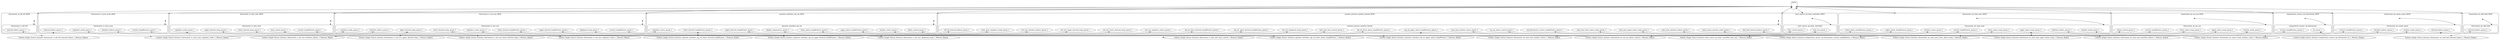
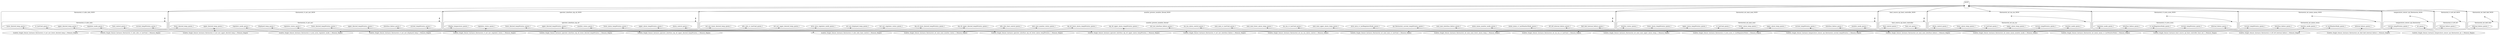
digraph microkit {
  compound=true;

  // Do not edit this file as it will be overwritten if HAMR codegen is rerun

  // protection domains
  graph [style=rounded]
  subgraph cluster_thermostat_rt_mri_mri_MON {
    label = "thermostat_rt_mri_mri_MON";
    thermostat_rt_mri_mri_MON_INVIS [label="", style=invis, width=.5, height=.5, fixedsize=true]

    graph [style=rounded]
    subgraph cluster_thermostat_rt_mri_mri {
      label = "thermostat_rt_mri_mri";
      thermostat_rt_mri_mri_INVIS [label="", style=invis, width=.5, height=.5, fixedsize=true]

      pd_thermostat_rt_mri_mri_upper_desired_temp_queue_1 [label=upper_desired_temp_queue_1];
      pd_thermostat_rt_mri_mri_lower_desired_temp_queue_1 [label=lower_desired_temp_queue_1];
      pd_thermostat_rt_mri_mri_displayed_temp_queue_1 [label=displayed_temp_queue_1];
      pd_thermostat_rt_mri_mri_regulator_status_queue_1 [label=regulator_status_queue_1];
      pd_thermostat_rt_mri_mri_interface_failure_queue_1 [label=interface_failure_queue_1];
      pd_thermostat_rt_mri_mri_regulator_mode_queue_1 [label=regulator_mode_queue_1];
      pd_thermostat_rt_mri_mri_lower_desired_tempWstatus_queue_1 [label=lower_desired_tempWstatus_queue_1];
      pd_thermostat_rt_mri_mri_upper_desired_tempWstatus_queue_1 [label=upper_desired_tempWstatus_queue_1];
      pd_thermostat_rt_mri_mri_current_tempWstatus_queue_1 [label=current_tempWstatus_queue_1];
    }
  }

  graph [style=rounded]
  subgraph cluster_thermostat_rt_mhs_mhs_MON {
    label = "thermostat_rt_mhs_mhs_MON";
    thermostat_rt_mhs_mhs_MON_INVIS [label="", style=invis, width=.5, height=.5, fixedsize=true]

    graph [style=rounded]
    subgraph cluster_thermostat_rt_mhs_mhs {
      label = "thermostat_rt_mhs_mhs";
      thermostat_rt_mhs_mhs_INVIS [label="", style=invis, width=.5, height=.5, fixedsize=true]

      pd_thermostat_rt_mhs_mhs_upper_desired_temp_queue_1 [label=upper_desired_temp_queue_1];
      pd_thermostat_rt_mhs_mhs_lower_desired_temp_queue_1 [label=lower_desired_temp_queue_1];
      pd_thermostat_rt_mhs_mhs_heat_control_queue_1 [label=heat_control_queue_1];
+       pd_thermostat_rt_mhs_mhs_sv_lastCmd_queue_1 [label=sv_lastCmd_queue_1];
      pd_thermostat_rt_mhs_mhs_regulator_mode_queue_1 [label=regulator_mode_queue_1];
      pd_thermostat_rt_mhs_mhs_current_tempWstatus_queue_1 [label=current_tempWstatus_queue_1];
    }
  }

  graph [style=rounded]
  subgraph cluster_thermostat_rt_mrm_mrm_MON {
    label = "thermostat_rt_mrm_mrm_MON";
    thermostat_rt_mrm_mrm_MON_INVIS [label="", style=invis, width=.5, height=.5, fixedsize=true]

    graph [style=rounded]
    subgraph cluster_thermostat_rt_mrm_mrm {
      label = "thermostat_rt_mrm_mrm";
      thermostat_rt_mrm_mrm_INVIS [label="", style=invis, width=.5, height=.5, fixedsize=true]

      pd_thermostat_rt_mrm_mrm_interface_failure_queue_1 [label=interface_failure_queue_1];
      pd_thermostat_rt_mrm_mrm_regulator_mode_queue_1 [label=regulator_mode_queue_1];
+       pd_thermostat_rt_mrm_mrm_sv_lastRegulatorMode_queue_1 [label=sv_lastRegulatorMode_queue_1];
      pd_thermostat_rt_mrm_mrm_internal_failure_queue_1 [label=internal_failure_queue_1];
      pd_thermostat_rt_mrm_mrm_current_tempWstatus_queue_1 [label=current_tempWstatus_queue_1];
    }
  }

  graph [style=rounded]
  subgraph cluster_thermostat_rt_drf_drf_MON {
    label = "thermostat_rt_drf_drf_MON";
    thermostat_rt_drf_drf_MON_INVIS [label="", style=invis, width=.5, height=.5, fixedsize=true]

    graph [style=rounded]
    subgraph cluster_thermostat_rt_drf_drf {
      label = "thermostat_rt_drf_drf";
      thermostat_rt_drf_drf_INVIS [label="", style=invis, width=.5, height=.5, fixedsize=true]

      pd_thermostat_rt_drf_drf_internal_failure_queue_1 [label=internal_failure_queue_1];
    }
  }

  graph [style=rounded]
  subgraph cluster_thermostat_mt_mmi_mmi_MON {
    label = "thermostat_mt_mmi_mmi_MON";
    thermostat_mt_mmi_mmi_MON_INVIS [label="", style=invis, width=.5, height=.5, fixedsize=true]

    graph [style=rounded]
    subgraph cluster_thermostat_mt_mmi_mmi {
      label = "thermostat_mt_mmi_mmi";
      thermostat_mt_mmi_mmi_INVIS [label="", style=invis, width=.5, height=.5, fixedsize=true]

      pd_thermostat_mt_mmi_mmi_upper_alarm_temp_queue_1 [label=upper_alarm_temp_queue_1];
      pd_thermostat_mt_mmi_mmi_lower_alarm_temp_queue_1 [label=lower_alarm_temp_queue_1];
      pd_thermostat_mt_mmi_mmi_monitor_status_queue_1 [label=monitor_status_queue_1];
      pd_thermostat_mt_mmi_mmi_interface_failure_queue_1 [label=interface_failure_queue_1];
+       pd_thermostat_mt_mmi_mmi_sv_lastCmd_queue_1 [label=sv_lastCmd_queue_1];
      pd_thermostat_mt_mmi_mmi_monitor_mode_queue_1 [label=monitor_mode_queue_1];
      pd_thermostat_mt_mmi_mmi_lower_alarm_tempWstatus_queue_1 [label=lower_alarm_tempWstatus_queue_1];
      pd_thermostat_mt_mmi_mmi_upper_alarm_tempWstatus_queue_1 [label=upper_alarm_tempWstatus_queue_1];
      pd_thermostat_mt_mmi_mmi_current_tempWstatus_queue_1 [label=current_tempWstatus_queue_1];
    }
  }

  graph [style=rounded]
  subgraph cluster_thermostat_mt_ma_ma_MON {
    label = "thermostat_mt_ma_ma_MON";
    thermostat_mt_ma_ma_MON_INVIS [label="", style=invis, width=.5, height=.5, fixedsize=true]

    graph [style=rounded]
    subgraph cluster_thermostat_mt_ma_ma {
      label = "thermostat_mt_ma_ma";
      thermostat_mt_ma_ma_INVIS [label="", style=invis, width=.5, height=.5, fixedsize=true]

      pd_thermostat_mt_ma_ma_upper_alarm_temp_queue_1 [label=upper_alarm_temp_queue_1];
      pd_thermostat_mt_ma_ma_lower_alarm_temp_queue_1 [label=lower_alarm_temp_queue_1];
      pd_thermostat_mt_ma_ma_alarm_control_queue_1 [label=alarm_control_queue_1];
+       pd_thermostat_mt_ma_ma_sv_lastCmd_queue_1 [label=sv_lastCmd_queue_1];
      pd_thermostat_mt_ma_ma_monitor_mode_queue_1 [label=monitor_mode_queue_1];
      pd_thermostat_mt_ma_ma_current_tempWstatus_queue_1 [label=current_tempWstatus_queue_1];
    }
  }

  graph [style=rounded]
  subgraph cluster_thermostat_mt_mmm_mmm_MON {
    label = "thermostat_mt_mmm_mmm_MON";
    thermostat_mt_mmm_mmm_MON_INVIS [label="", style=invis, width=.5, height=.5, fixedsize=true]

    graph [style=rounded]
    subgraph cluster_thermostat_mt_mmm_mmm {
      label = "thermostat_mt_mmm_mmm";
      thermostat_mt_mmm_mmm_INVIS [label="", style=invis, width=.5, height=.5, fixedsize=true]

      pd_thermostat_mt_mmm_mmm_interface_failure_queue_1 [label=interface_failure_queue_1];
      pd_thermostat_mt_mmm_mmm_monitor_mode_queue_1 [label=monitor_mode_queue_1];
+       pd_thermostat_mt_mmm_mmm_sv_lastMonitorMode_queue_1 [label=sv_lastMonitorMode_queue_1];
      pd_thermostat_mt_mmm_mmm_internal_failure_queue_1 [label=internal_failure_queue_1];
      pd_thermostat_mt_mmm_mmm_current_tempWstatus_queue_1 [label=current_tempWstatus_queue_1];
    }
  }

  graph [style=rounded]
  subgraph cluster_thermostat_mt_dmf_dmf_MON {
    label = "thermostat_mt_dmf_dmf_MON";
    thermostat_mt_dmf_dmf_MON_INVIS [label="", style=invis, width=.5, height=.5, fixedsize=true]

    graph [style=rounded]
    subgraph cluster_thermostat_mt_dmf_dmf {
      label = "thermostat_mt_dmf_dmf";
      thermostat_mt_dmf_dmf_INVIS [label="", style=invis, width=.5, height=.5, fixedsize=true]

      pd_thermostat_mt_dmf_dmf_internal_failure_queue_1 [label=internal_failure_queue_1];
    }
  }

  graph [style=rounded]
  subgraph cluster_operator_interface_oip_oit_MON {
    label = "operator_interface_oip_oit_MON";
    operator_interface_oip_oit_MON_INVIS [label="", style=invis, width=.5, height=.5, fixedsize=true]

    graph [style=rounded]
    subgraph cluster_operator_interface_oip_oit {
      label = "operator_interface_oip_oit";
      operator_interface_oip_oit_INVIS [label="", style=invis, width=.5, height=.5, fixedsize=true]

      pd_operator_interface_oip_oit_display_temperature_queue_1 [label=display_temperature_queue_1];
      pd_operator_interface_oip_oit_regulator_status_queue_1 [label=regulator_status_queue_1];
      pd_operator_interface_oip_oit_monitor_status_queue_1 [label=monitor_status_queue_1];
      pd_operator_interface_oip_oit_alarm_control_queue_1 [label=alarm_control_queue_1];
      pd_operator_interface_oip_oit_lower_desired_tempWstatus_queue_1 [label=lower_desired_tempWstatus_queue_1];
      pd_operator_interface_oip_oit_upper_desired_tempWstatus_queue_1 [label=upper_desired_tempWstatus_queue_1];
      pd_operator_interface_oip_oit_lower_alarm_tempWstatus_queue_1 [label=lower_alarm_tempWstatus_queue_1];
      pd_operator_interface_oip_oit_upper_alarm_tempWstatus_queue_1 [label=upper_alarm_tempWstatus_queue_1];
    }
  }

  graph [style=rounded]
  subgraph cluster_temperature_sensor_cpi_thermostat_MON {
    label = "temperature_sensor_cpi_thermostat_MON";
    temperature_sensor_cpi_thermostat_MON_INVIS [label="", style=invis, width=.5, height=.5, fixedsize=true]

    graph [style=rounded]
    subgraph cluster_temperature_sensor_cpi_thermostat {
      label = "temperature_sensor_cpi_thermostat";
      temperature_sensor_cpi_thermostat_INVIS [label="", style=invis, width=.5, height=.5, fixedsize=true]

      pd_temperature_sensor_cpi_thermostat_current_tempWstatus_queue_1 [label=current_tempWstatus_queue_1];
      pd_temperature_sensor_cpi_thermostat_air_queue_1 [label=air_queue_1];
    }
  }

  graph [style=rounded]
  subgraph cluster_heat_source_cpi_heat_controller_MON {
    label = "heat_source_cpi_heat_controller_MON";
    heat_source_cpi_heat_controller_MON_INVIS [label="", style=invis, width=.5, height=.5, fixedsize=true]

    graph [style=rounded]
    subgraph cluster_heat_source_cpi_heat_controller {
      label = "heat_source_cpi_heat_controller";
      heat_source_cpi_heat_controller_INVIS [label="", style=invis, width=.5, height=.5, fixedsize=true]

      pd_heat_source_cpi_heat_controller_heat_control_queue_1 [label=heat_control_queue_1];
      pd_heat_source_cpi_heat_controller_heat_out_queue_1 [label=heat_out_queue_1];
    }
  }

  graph [style=rounded]
  subgraph cluster_monitor_process_monitor_thread_MON {
    label = "monitor_process_monitor_thread_MON";
    monitor_process_monitor_thread_MON_INVIS [label="", style=invis, width=.5, height=.5, fixedsize=true]

    graph [style=rounded]
    subgraph cluster_monitor_process_monitor_thread {
      label = "monitor_process_monitor_thread";
      monitor_process_monitor_thread_INVIS [label="", style=invis, width=.5, height=.5, fixedsize=true]

      pd_monitor_process_monitor_thread_mri_mri_upper_desired_temp_queue_1 [label=mri_mri_upper_desired_temp_queue_1];
      pd_monitor_process_monitor_thread_mri_mri_lower_desired_temp_queue_1 [label=mri_mri_lower_desired_temp_queue_1];
      pd_monitor_process_monitor_thread_mri_mri_displayed_temp_queue_1 [label=mri_mri_displayed_temp_queue_1];
      pd_monitor_process_monitor_thread_mri_mri_regulator_status_queue_1 [label=mri_mri_regulator_status_queue_1];
      pd_monitor_process_monitor_thread_mri_mri_interface_failure_queue_1 [label=mri_mri_interface_failure_queue_1];
      pd_monitor_process_monitor_thread_mhs_mhs_heat_control_queue_1 [label=mhs_mhs_heat_control_queue_1];
+       pd_monitor_process_monitor_thread_mhs_mhs_sv_lastCmd_queue_1 [label=mhs_mhs_sv_lastCmd_queue_1];
      pd_monitor_process_monitor_thread_mrm_mrm_regulator_mode_queue_1 [label=mrm_mrm_regulator_mode_queue_1];
+       pd_monitor_process_monitor_thread_mrm_mrm_sv_lastRegulatorMode_queue_1 [label=mrm_mrm_sv_lastRegulatorMode_queue_1];
      pd_monitor_process_monitor_thread_drf_drf_internal_failure_queue_1 [label=drf_drf_internal_failure_queue_1];
      pd_monitor_process_monitor_thread_mmi_mmi_upper_alarm_temp_queue_1 [label=mmi_mmi_upper_alarm_temp_queue_1];
      pd_monitor_process_monitor_thread_mmi_mmi_lower_alarm_temp_queue_1 [label=mmi_mmi_lower_alarm_temp_queue_1];
      pd_monitor_process_monitor_thread_mmi_mmi_monitor_status_queue_1 [label=mmi_mmi_monitor_status_queue_1];
      pd_monitor_process_monitor_thread_mmi_mmi_interface_failure_queue_1 [label=mmi_mmi_interface_failure_queue_1];
+       pd_monitor_process_monitor_thread_mmi_mmi_sv_lastCmd_queue_1 [label=mmi_mmi_sv_lastCmd_queue_1];
      pd_monitor_process_monitor_thread_ma_ma_alarm_control_queue_1 [label=ma_ma_alarm_control_queue_1];
+       pd_monitor_process_monitor_thread_ma_ma_sv_lastCmd_queue_1 [label=ma_ma_sv_lastCmd_queue_1];
      pd_monitor_process_monitor_thread_mmm_mmm_monitor_mode_queue_1 [label=mmm_mmm_monitor_mode_queue_1];
+       pd_monitor_process_monitor_thread_mmm_mmm_sv_lastMonitorMode_queue_1 [label=mmm_mmm_sv_lastMonitorMode_queue_1];
      pd_monitor_process_monitor_thread_dmf_dmf_internal_failure_queue_1 [label=dmf_dmf_internal_failure_queue_1];
      pd_monitor_process_monitor_thread_oip_oit_lower_desired_tempWstatus_queue_1 [label=oip_oit_lower_desired_tempWstatus_queue_1];
      pd_monitor_process_monitor_thread_oip_oit_upper_desired_tempWstatus_queue_1 [label=oip_oit_upper_desired_tempWstatus_queue_1];
      pd_monitor_process_monitor_thread_oip_oit_lower_alarm_tempWstatus_queue_1 [label=oip_oit_lower_alarm_tempWstatus_queue_1];
      pd_monitor_process_monitor_thread_oip_oit_upper_alarm_tempWstatus_queue_1 [label=oip_oit_upper_alarm_tempWstatus_queue_1];
      pd_monitor_process_monitor_thread_cpi_thermostat_current_tempWstatus_queue_1 [label=cpi_thermostat_current_tempWstatus_queue_1];
    }
  }

  graph [style=rounded]
  subgraph cluster_pacer {
    label = "pacer";
    pacer_INVIS [label="", style=invis, width=.5, height=.5, fixedsize=true]

  }

  // memory regions
  Isolette_Single_Sensor_Instance_thermostat_rt_mri_mri_upper_desired_temp_1_Memory_Region;

  Isolette_Single_Sensor_Instance_thermostat_rt_mri_mri_lower_desired_temp_1_Memory_Region;

  Isolette_Single_Sensor_Instance_thermostat_rt_mri_mri_displayed_temp_1_Memory_Region;

  Isolette_Single_Sensor_Instance_thermostat_rt_mri_mri_regulator_status_1_Memory_Region;

  Isolette_Single_Sensor_Instance_thermostat_rt_mri_mri_interface_failure_1_Memory_Region;

  Isolette_Single_Sensor_Instance_thermostat_rt_mhs_mhs_heat_control_1_Memory_Region;

+   Isolette_Single_Sensor_Instance_thermostat_rt_mhs_mhs_sv_lastCmd_1_Memory_Region;
+ 
  Isolette_Single_Sensor_Instance_thermostat_rt_mrm_mrm_regulator_mode_1_Memory_Region;

+   Isolette_Single_Sensor_Instance_thermostat_rt_mrm_mrm_sv_lastRegulatorMode_1_Memory_Region;
+ 
  Isolette_Single_Sensor_Instance_thermostat_rt_drf_drf_internal_failure_1_Memory_Region;

  Isolette_Single_Sensor_Instance_thermostat_mt_mmi_mmi_upper_alarm_temp_1_Memory_Region;

  Isolette_Single_Sensor_Instance_thermostat_mt_mmi_mmi_lower_alarm_temp_1_Memory_Region;

  Isolette_Single_Sensor_Instance_thermostat_mt_mmi_mmi_monitor_status_1_Memory_Region;

  Isolette_Single_Sensor_Instance_thermostat_mt_mmi_mmi_interface_failure_1_Memory_Region;

+   Isolette_Single_Sensor_Instance_thermostat_mt_mmi_mmi_sv_lastCmd_1_Memory_Region;
+ 
  Isolette_Single_Sensor_Instance_thermostat_mt_ma_ma_alarm_control_1_Memory_Region;

+   Isolette_Single_Sensor_Instance_thermostat_mt_ma_ma_sv_lastCmd_1_Memory_Region;
+ 
  Isolette_Single_Sensor_Instance_thermostat_mt_mmm_mmm_monitor_mode_1_Memory_Region;
+ 
+   Isolette_Single_Sensor_Instance_thermostat_mt_mmm_mmm_sv_lastMonitorMode_1_Memory_Region;

  Isolette_Single_Sensor_Instance_thermostat_mt_dmf_dmf_internal_failure_1_Memory_Region;

  Isolette_Single_Sensor_Instance_operator_interface_oip_oit_lower_desired_tempWstatus_1_Memory_Region;

  Isolette_Single_Sensor_Instance_operator_interface_oip_oit_upper_desired_tempWstatus_1_Memory_Region;

  Isolette_Single_Sensor_Instance_operator_interface_oip_oit_lower_alarm_tempWstatus_1_Memory_Region;

  Isolette_Single_Sensor_Instance_operator_interface_oip_oit_upper_alarm_tempWstatus_1_Memory_Region;

  Isolette_Single_Sensor_Instance_temperature_sensor_cpi_thermostat_current_tempWstatus_1_Memory_Region;

  Isolette_Single_Sensor_Instance_temperature_sensor_cpi_thermostat_air_1_Memory_Region;

  Isolette_Single_Sensor_Instance_heat_source_cpi_heat_controller_heat_out_1_Memory_Region;

  // channels
  pacer_INVIS -> thermostat_rt_mri_mri_MON_INVIS [lhead=cluster_thermostat_rt_mri_mri_MON, minlen=2, dir=both];
  thermostat_rt_mri_mri_MON_INVIS -> thermostat_rt_mri_mri_INVIS [lhead=cluster_thermostat_rt_mri_mri, minlen=2, dir=both];
  pacer_INVIS -> thermostat_rt_mhs_mhs_MON_INVIS [lhead=cluster_thermostat_rt_mhs_mhs_MON, minlen=2, dir=both];
  thermostat_rt_mhs_mhs_MON_INVIS -> thermostat_rt_mhs_mhs_INVIS [lhead=cluster_thermostat_rt_mhs_mhs, minlen=2, dir=both];
  pacer_INVIS -> thermostat_rt_mrm_mrm_MON_INVIS [lhead=cluster_thermostat_rt_mrm_mrm_MON, minlen=2, dir=both];
  thermostat_rt_mrm_mrm_MON_INVIS -> thermostat_rt_mrm_mrm_INVIS [lhead=cluster_thermostat_rt_mrm_mrm, minlen=2, dir=both];
  pacer_INVIS -> thermostat_rt_drf_drf_MON_INVIS [lhead=cluster_thermostat_rt_drf_drf_MON, minlen=2, dir=both];
  thermostat_rt_drf_drf_MON_INVIS -> thermostat_rt_drf_drf_INVIS [lhead=cluster_thermostat_rt_drf_drf, minlen=2, dir=both];
  pacer_INVIS -> thermostat_mt_mmi_mmi_MON_INVIS [lhead=cluster_thermostat_mt_mmi_mmi_MON, minlen=2, dir=both];
  thermostat_mt_mmi_mmi_MON_INVIS -> thermostat_mt_mmi_mmi_INVIS [lhead=cluster_thermostat_mt_mmi_mmi, minlen=2, dir=both];
  pacer_INVIS -> thermostat_mt_ma_ma_MON_INVIS [lhead=cluster_thermostat_mt_ma_ma_MON, minlen=2, dir=both];
  thermostat_mt_ma_ma_MON_INVIS -> thermostat_mt_ma_ma_INVIS [lhead=cluster_thermostat_mt_ma_ma, minlen=2, dir=both];
  pacer_INVIS -> thermostat_mt_mmm_mmm_MON_INVIS [lhead=cluster_thermostat_mt_mmm_mmm_MON, minlen=2, dir=both];
  thermostat_mt_mmm_mmm_MON_INVIS -> thermostat_mt_mmm_mmm_INVIS [lhead=cluster_thermostat_mt_mmm_mmm, minlen=2, dir=both];
  pacer_INVIS -> thermostat_mt_dmf_dmf_MON_INVIS [lhead=cluster_thermostat_mt_dmf_dmf_MON, minlen=2, dir=both];
  thermostat_mt_dmf_dmf_MON_INVIS -> thermostat_mt_dmf_dmf_INVIS [lhead=cluster_thermostat_mt_dmf_dmf, minlen=2, dir=both];
  pacer_INVIS -> operator_interface_oip_oit_MON_INVIS [lhead=cluster_operator_interface_oip_oit_MON, minlen=2, dir=both];
  operator_interface_oip_oit_MON_INVIS -> operator_interface_oip_oit_INVIS [lhead=cluster_operator_interface_oip_oit, minlen=2, dir=both];
  pacer_INVIS -> temperature_sensor_cpi_thermostat_MON_INVIS [lhead=cluster_temperature_sensor_cpi_thermostat_MON, minlen=2, dir=both];
  temperature_sensor_cpi_thermostat_MON_INVIS -> temperature_sensor_cpi_thermostat_INVIS [lhead=cluster_temperature_sensor_cpi_thermostat, minlen=2, dir=both];
  pacer_INVIS -> heat_source_cpi_heat_controller_MON_INVIS [lhead=cluster_heat_source_cpi_heat_controller_MON, minlen=2, dir=both];
  heat_source_cpi_heat_controller_MON_INVIS -> heat_source_cpi_heat_controller_INVIS [lhead=cluster_heat_source_cpi_heat_controller, minlen=2, dir=both];
  pacer_INVIS -> monitor_process_monitor_thread_MON_INVIS [lhead=cluster_monitor_process_monitor_thread_MON, minlen=2, dir=both];
  monitor_process_monitor_thread_MON_INVIS -> monitor_process_monitor_thread_INVIS [lhead=cluster_monitor_process_monitor_thread, minlen=2, dir=both];

  // shared memory mappings
  pd_thermostat_rt_mri_mri_upper_desired_temp_queue_1 -> Isolette_Single_Sensor_Instance_thermostat_rt_mri_mri_upper_desired_temp_1_Memory_Region [dir=both, style=dashed];
  pd_thermostat_rt_mri_mri_lower_desired_temp_queue_1 -> Isolette_Single_Sensor_Instance_thermostat_rt_mri_mri_lower_desired_temp_1_Memory_Region [dir=both, style=dashed];
  pd_thermostat_rt_mri_mri_displayed_temp_queue_1 -> Isolette_Single_Sensor_Instance_thermostat_rt_mri_mri_displayed_temp_1_Memory_Region [dir=both, style=dashed];
  pd_thermostat_rt_mri_mri_regulator_status_queue_1 -> Isolette_Single_Sensor_Instance_thermostat_rt_mri_mri_regulator_status_1_Memory_Region [dir=both, style=dashed];
  pd_thermostat_rt_mri_mri_interface_failure_queue_1 -> Isolette_Single_Sensor_Instance_thermostat_rt_mri_mri_interface_failure_1_Memory_Region [dir=both, style=dashed];
  pd_thermostat_rt_mri_mri_regulator_mode_queue_1 -> Isolette_Single_Sensor_Instance_thermostat_rt_mrm_mrm_regulator_mode_1_Memory_Region [dir=back, style=dashed];
  pd_thermostat_rt_mri_mri_lower_desired_tempWstatus_queue_1 -> Isolette_Single_Sensor_Instance_operator_interface_oip_oit_lower_desired_tempWstatus_1_Memory_Region [dir=back, style=dashed];
  pd_thermostat_rt_mri_mri_upper_desired_tempWstatus_queue_1 -> Isolette_Single_Sensor_Instance_operator_interface_oip_oit_upper_desired_tempWstatus_1_Memory_Region [dir=back, style=dashed];
  pd_thermostat_rt_mri_mri_current_tempWstatus_queue_1 -> Isolette_Single_Sensor_Instance_temperature_sensor_cpi_thermostat_current_tempWstatus_1_Memory_Region [dir=back, style=dashed];
  pd_thermostat_rt_mhs_mhs_upper_desired_temp_queue_1 -> Isolette_Single_Sensor_Instance_thermostat_rt_mri_mri_upper_desired_temp_1_Memory_Region [dir=back, style=dashed];
  pd_thermostat_rt_mhs_mhs_lower_desired_temp_queue_1 -> Isolette_Single_Sensor_Instance_thermostat_rt_mri_mri_lower_desired_temp_1_Memory_Region [dir=back, style=dashed];
  pd_thermostat_rt_mhs_mhs_heat_control_queue_1 -> Isolette_Single_Sensor_Instance_thermostat_rt_mhs_mhs_heat_control_1_Memory_Region [dir=both, style=dashed];
+   pd_thermostat_rt_mhs_mhs_sv_lastCmd_queue_1 -> Isolette_Single_Sensor_Instance_thermostat_rt_mhs_mhs_sv_lastCmd_1_Memory_Region [dir=both, style=dashed];
  pd_thermostat_rt_mhs_mhs_regulator_mode_queue_1 -> Isolette_Single_Sensor_Instance_thermostat_rt_mrm_mrm_regulator_mode_1_Memory_Region [dir=back, style=dashed];
  pd_thermostat_rt_mhs_mhs_current_tempWstatus_queue_1 -> Isolette_Single_Sensor_Instance_temperature_sensor_cpi_thermostat_current_tempWstatus_1_Memory_Region [dir=back, style=dashed];
  pd_thermostat_rt_mrm_mrm_interface_failure_queue_1 -> Isolette_Single_Sensor_Instance_thermostat_rt_mri_mri_interface_failure_1_Memory_Region [dir=back, style=dashed];
  pd_thermostat_rt_mrm_mrm_regulator_mode_queue_1 -> Isolette_Single_Sensor_Instance_thermostat_rt_mrm_mrm_regulator_mode_1_Memory_Region [dir=both, style=dashed];
+   pd_thermostat_rt_mrm_mrm_sv_lastRegulatorMode_queue_1 -> Isolette_Single_Sensor_Instance_thermostat_rt_mrm_mrm_sv_lastRegulatorMode_1_Memory_Region [dir=both, style=dashed];
  pd_thermostat_rt_mrm_mrm_internal_failure_queue_1 -> Isolette_Single_Sensor_Instance_thermostat_rt_drf_drf_internal_failure_1_Memory_Region [dir=back, style=dashed];
  pd_thermostat_rt_mrm_mrm_current_tempWstatus_queue_1 -> Isolette_Single_Sensor_Instance_temperature_sensor_cpi_thermostat_current_tempWstatus_1_Memory_Region [dir=back, style=dashed];
  pd_thermostat_rt_drf_drf_internal_failure_queue_1 -> Isolette_Single_Sensor_Instance_thermostat_rt_drf_drf_internal_failure_1_Memory_Region [dir=both, style=dashed];
  pd_thermostat_mt_mmi_mmi_upper_alarm_temp_queue_1 -> Isolette_Single_Sensor_Instance_thermostat_mt_mmi_mmi_upper_alarm_temp_1_Memory_Region [dir=both, style=dashed];
  pd_thermostat_mt_mmi_mmi_lower_alarm_temp_queue_1 -> Isolette_Single_Sensor_Instance_thermostat_mt_mmi_mmi_lower_alarm_temp_1_Memory_Region [dir=both, style=dashed];
  pd_thermostat_mt_mmi_mmi_monitor_status_queue_1 -> Isolette_Single_Sensor_Instance_thermostat_mt_mmi_mmi_monitor_status_1_Memory_Region [dir=both, style=dashed];
  pd_thermostat_mt_mmi_mmi_interface_failure_queue_1 -> Isolette_Single_Sensor_Instance_thermostat_mt_mmi_mmi_interface_failure_1_Memory_Region [dir=both, style=dashed];
+   pd_thermostat_mt_mmi_mmi_sv_lastCmd_queue_1 -> Isolette_Single_Sensor_Instance_thermostat_mt_mmi_mmi_sv_lastCmd_1_Memory_Region [dir=both, style=dashed];
  pd_thermostat_mt_mmi_mmi_monitor_mode_queue_1 -> Isolette_Single_Sensor_Instance_thermostat_mt_mmm_mmm_monitor_mode_1_Memory_Region [dir=back, style=dashed];
  pd_thermostat_mt_mmi_mmi_lower_alarm_tempWstatus_queue_1 -> Isolette_Single_Sensor_Instance_operator_interface_oip_oit_lower_alarm_tempWstatus_1_Memory_Region [dir=back, style=dashed];
  pd_thermostat_mt_mmi_mmi_upper_alarm_tempWstatus_queue_1 -> Isolette_Single_Sensor_Instance_operator_interface_oip_oit_upper_alarm_tempWstatus_1_Memory_Region [dir=back, style=dashed];
  pd_thermostat_mt_mmi_mmi_current_tempWstatus_queue_1 -> Isolette_Single_Sensor_Instance_temperature_sensor_cpi_thermostat_current_tempWstatus_1_Memory_Region [dir=back, style=dashed];
  pd_thermostat_mt_ma_ma_upper_alarm_temp_queue_1 -> Isolette_Single_Sensor_Instance_thermostat_mt_mmi_mmi_upper_alarm_temp_1_Memory_Region [dir=back, style=dashed];
  pd_thermostat_mt_ma_ma_lower_alarm_temp_queue_1 -> Isolette_Single_Sensor_Instance_thermostat_mt_mmi_mmi_lower_alarm_temp_1_Memory_Region [dir=back, style=dashed];
  pd_thermostat_mt_ma_ma_alarm_control_queue_1 -> Isolette_Single_Sensor_Instance_thermostat_mt_ma_ma_alarm_control_1_Memory_Region [dir=both, style=dashed];
+   pd_thermostat_mt_ma_ma_sv_lastCmd_queue_1 -> Isolette_Single_Sensor_Instance_thermostat_mt_ma_ma_sv_lastCmd_1_Memory_Region [dir=both, style=dashed];
  pd_thermostat_mt_ma_ma_monitor_mode_queue_1 -> Isolette_Single_Sensor_Instance_thermostat_mt_mmm_mmm_monitor_mode_1_Memory_Region [dir=back, style=dashed];
  pd_thermostat_mt_ma_ma_current_tempWstatus_queue_1 -> Isolette_Single_Sensor_Instance_temperature_sensor_cpi_thermostat_current_tempWstatus_1_Memory_Region [dir=back, style=dashed];
  pd_thermostat_mt_mmm_mmm_interface_failure_queue_1 -> Isolette_Single_Sensor_Instance_thermostat_mt_mmi_mmi_interface_failure_1_Memory_Region [dir=back, style=dashed];
  pd_thermostat_mt_mmm_mmm_monitor_mode_queue_1 -> Isolette_Single_Sensor_Instance_thermostat_mt_mmm_mmm_monitor_mode_1_Memory_Region [dir=both, style=dashed];
+   pd_thermostat_mt_mmm_mmm_sv_lastMonitorMode_queue_1 -> Isolette_Single_Sensor_Instance_thermostat_mt_mmm_mmm_sv_lastMonitorMode_1_Memory_Region [dir=both, style=dashed];
  pd_thermostat_mt_mmm_mmm_internal_failure_queue_1 -> Isolette_Single_Sensor_Instance_thermostat_mt_dmf_dmf_internal_failure_1_Memory_Region [dir=back, style=dashed];
  pd_thermostat_mt_mmm_mmm_current_tempWstatus_queue_1 -> Isolette_Single_Sensor_Instance_temperature_sensor_cpi_thermostat_current_tempWstatus_1_Memory_Region [dir=back, style=dashed];
  pd_thermostat_mt_dmf_dmf_internal_failure_queue_1 -> Isolette_Single_Sensor_Instance_thermostat_mt_dmf_dmf_internal_failure_1_Memory_Region [dir=both, style=dashed];
  pd_operator_interface_oip_oit_display_temperature_queue_1 -> Isolette_Single_Sensor_Instance_thermostat_rt_mri_mri_displayed_temp_1_Memory_Region [dir=back, style=dashed];
  pd_operator_interface_oip_oit_regulator_status_queue_1 -> Isolette_Single_Sensor_Instance_thermostat_rt_mri_mri_regulator_status_1_Memory_Region [dir=back, style=dashed];
  pd_operator_interface_oip_oit_monitor_status_queue_1 -> Isolette_Single_Sensor_Instance_thermostat_mt_mmi_mmi_monitor_status_1_Memory_Region [dir=back, style=dashed];
  pd_operator_interface_oip_oit_alarm_control_queue_1 -> Isolette_Single_Sensor_Instance_thermostat_mt_ma_ma_alarm_control_1_Memory_Region [dir=back, style=dashed];
  pd_operator_interface_oip_oit_lower_desired_tempWstatus_queue_1 -> Isolette_Single_Sensor_Instance_operator_interface_oip_oit_lower_desired_tempWstatus_1_Memory_Region [dir=both, style=dashed];
  pd_operator_interface_oip_oit_upper_desired_tempWstatus_queue_1 -> Isolette_Single_Sensor_Instance_operator_interface_oip_oit_upper_desired_tempWstatus_1_Memory_Region [dir=both, style=dashed];
  pd_operator_interface_oip_oit_lower_alarm_tempWstatus_queue_1 -> Isolette_Single_Sensor_Instance_operator_interface_oip_oit_lower_alarm_tempWstatus_1_Memory_Region [dir=both, style=dashed];
  pd_operator_interface_oip_oit_upper_alarm_tempWstatus_queue_1 -> Isolette_Single_Sensor_Instance_operator_interface_oip_oit_upper_alarm_tempWstatus_1_Memory_Region [dir=both, style=dashed];
  pd_temperature_sensor_cpi_thermostat_current_tempWstatus_queue_1 -> Isolette_Single_Sensor_Instance_temperature_sensor_cpi_thermostat_current_tempWstatus_1_Memory_Region [dir=both, style=dashed];
  pd_temperature_sensor_cpi_thermostat_air_queue_1 -> Isolette_Single_Sensor_Instance_temperature_sensor_cpi_thermostat_air_1_Memory_Region [dir=back, style=dashed];
  pd_heat_source_cpi_heat_controller_heat_control_queue_1 -> Isolette_Single_Sensor_Instance_thermostat_rt_mhs_mhs_heat_control_1_Memory_Region [dir=back, style=dashed];
  pd_heat_source_cpi_heat_controller_heat_out_queue_1 -> Isolette_Single_Sensor_Instance_heat_source_cpi_heat_controller_heat_out_1_Memory_Region [dir=both, style=dashed];
  pd_monitor_process_monitor_thread_mri_mri_upper_desired_temp_queue_1 -> Isolette_Single_Sensor_Instance_thermostat_rt_mri_mri_upper_desired_temp_1_Memory_Region [dir=back, style=dashed];
  pd_monitor_process_monitor_thread_mri_mri_lower_desired_temp_queue_1 -> Isolette_Single_Sensor_Instance_thermostat_rt_mri_mri_lower_desired_temp_1_Memory_Region [dir=back, style=dashed];
  pd_monitor_process_monitor_thread_mri_mri_displayed_temp_queue_1 -> Isolette_Single_Sensor_Instance_thermostat_rt_mri_mri_displayed_temp_1_Memory_Region [dir=back, style=dashed];
  pd_monitor_process_monitor_thread_mri_mri_regulator_status_queue_1 -> Isolette_Single_Sensor_Instance_thermostat_rt_mri_mri_regulator_status_1_Memory_Region [dir=back, style=dashed];
  pd_monitor_process_monitor_thread_mri_mri_interface_failure_queue_1 -> Isolette_Single_Sensor_Instance_thermostat_rt_mri_mri_interface_failure_1_Memory_Region [dir=back, style=dashed];
  pd_monitor_process_monitor_thread_mhs_mhs_heat_control_queue_1 -> Isolette_Single_Sensor_Instance_thermostat_rt_mhs_mhs_heat_control_1_Memory_Region [dir=back, style=dashed];
+   pd_monitor_process_monitor_thread_mhs_mhs_sv_lastCmd_queue_1 -> Isolette_Single_Sensor_Instance_thermostat_rt_mhs_mhs_sv_lastCmd_1_Memory_Region [dir=back, style=dashed];
  pd_monitor_process_monitor_thread_mrm_mrm_regulator_mode_queue_1 -> Isolette_Single_Sensor_Instance_thermostat_rt_mrm_mrm_regulator_mode_1_Memory_Region [dir=back, style=dashed];
+   pd_monitor_process_monitor_thread_mrm_mrm_sv_lastRegulatorMode_queue_1 -> Isolette_Single_Sensor_Instance_thermostat_rt_mrm_mrm_sv_lastRegulatorMode_1_Memory_Region [dir=back, style=dashed];
  pd_monitor_process_monitor_thread_drf_drf_internal_failure_queue_1 -> Isolette_Single_Sensor_Instance_thermostat_rt_drf_drf_internal_failure_1_Memory_Region [dir=back, style=dashed];
  pd_monitor_process_monitor_thread_mmi_mmi_upper_alarm_temp_queue_1 -> Isolette_Single_Sensor_Instance_thermostat_mt_mmi_mmi_upper_alarm_temp_1_Memory_Region [dir=back, style=dashed];
  pd_monitor_process_monitor_thread_mmi_mmi_lower_alarm_temp_queue_1 -> Isolette_Single_Sensor_Instance_thermostat_mt_mmi_mmi_lower_alarm_temp_1_Memory_Region [dir=back, style=dashed];
  pd_monitor_process_monitor_thread_mmi_mmi_monitor_status_queue_1 -> Isolette_Single_Sensor_Instance_thermostat_mt_mmi_mmi_monitor_status_1_Memory_Region [dir=back, style=dashed];
  pd_monitor_process_monitor_thread_mmi_mmi_interface_failure_queue_1 -> Isolette_Single_Sensor_Instance_thermostat_mt_mmi_mmi_interface_failure_1_Memory_Region [dir=back, style=dashed];
+   pd_monitor_process_monitor_thread_mmi_mmi_sv_lastCmd_queue_1 -> Isolette_Single_Sensor_Instance_thermostat_mt_mmi_mmi_sv_lastCmd_1_Memory_Region [dir=back, style=dashed];
  pd_monitor_process_monitor_thread_ma_ma_alarm_control_queue_1 -> Isolette_Single_Sensor_Instance_thermostat_mt_ma_ma_alarm_control_1_Memory_Region [dir=back, style=dashed];
+   pd_monitor_process_monitor_thread_ma_ma_sv_lastCmd_queue_1 -> Isolette_Single_Sensor_Instance_thermostat_mt_ma_ma_sv_lastCmd_1_Memory_Region [dir=back, style=dashed];
  pd_monitor_process_monitor_thread_mmm_mmm_monitor_mode_queue_1 -> Isolette_Single_Sensor_Instance_thermostat_mt_mmm_mmm_monitor_mode_1_Memory_Region [dir=back, style=dashed];
+   pd_monitor_process_monitor_thread_mmm_mmm_sv_lastMonitorMode_queue_1 -> Isolette_Single_Sensor_Instance_thermostat_mt_mmm_mmm_sv_lastMonitorMode_1_Memory_Region [dir=back, style=dashed];
  pd_monitor_process_monitor_thread_dmf_dmf_internal_failure_queue_1 -> Isolette_Single_Sensor_Instance_thermostat_mt_dmf_dmf_internal_failure_1_Memory_Region [dir=back, style=dashed];
  pd_monitor_process_monitor_thread_oip_oit_lower_desired_tempWstatus_queue_1 -> Isolette_Single_Sensor_Instance_operator_interface_oip_oit_lower_desired_tempWstatus_1_Memory_Region [dir=back, style=dashed];
  pd_monitor_process_monitor_thread_oip_oit_upper_desired_tempWstatus_queue_1 -> Isolette_Single_Sensor_Instance_operator_interface_oip_oit_upper_desired_tempWstatus_1_Memory_Region [dir=back, style=dashed];
  pd_monitor_process_monitor_thread_oip_oit_lower_alarm_tempWstatus_queue_1 -> Isolette_Single_Sensor_Instance_operator_interface_oip_oit_lower_alarm_tempWstatus_1_Memory_Region [dir=back, style=dashed];
  pd_monitor_process_monitor_thread_oip_oit_upper_alarm_tempWstatus_queue_1 -> Isolette_Single_Sensor_Instance_operator_interface_oip_oit_upper_alarm_tempWstatus_1_Memory_Region [dir=back, style=dashed];
  pd_monitor_process_monitor_thread_cpi_thermostat_current_tempWstatus_queue_1 -> Isolette_Single_Sensor_Instance_temperature_sensor_cpi_thermostat_current_tempWstatus_1_Memory_Region [dir=back, style=dashed];
}